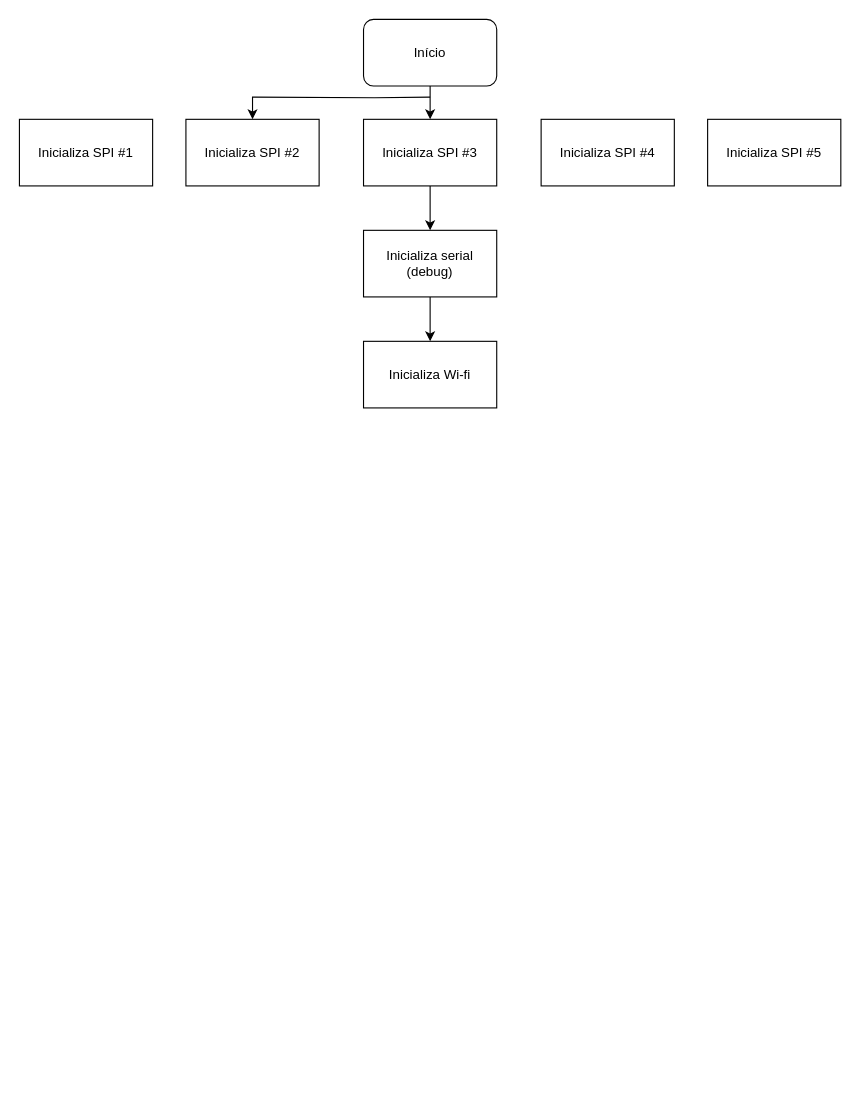
This is Diagrama sem nome.drawio from AdrianosLeal/Embarcatech, a draw.io file, before an edit. Source tidied: cells renumbered, new cells numbered last; positions are measured from the earlier drawing's top-left corner, leaving out a move shared by most shapes. Both pictures are drawn from the tidied source at 111%, with x=0, y=0 at pixel (19, 19).
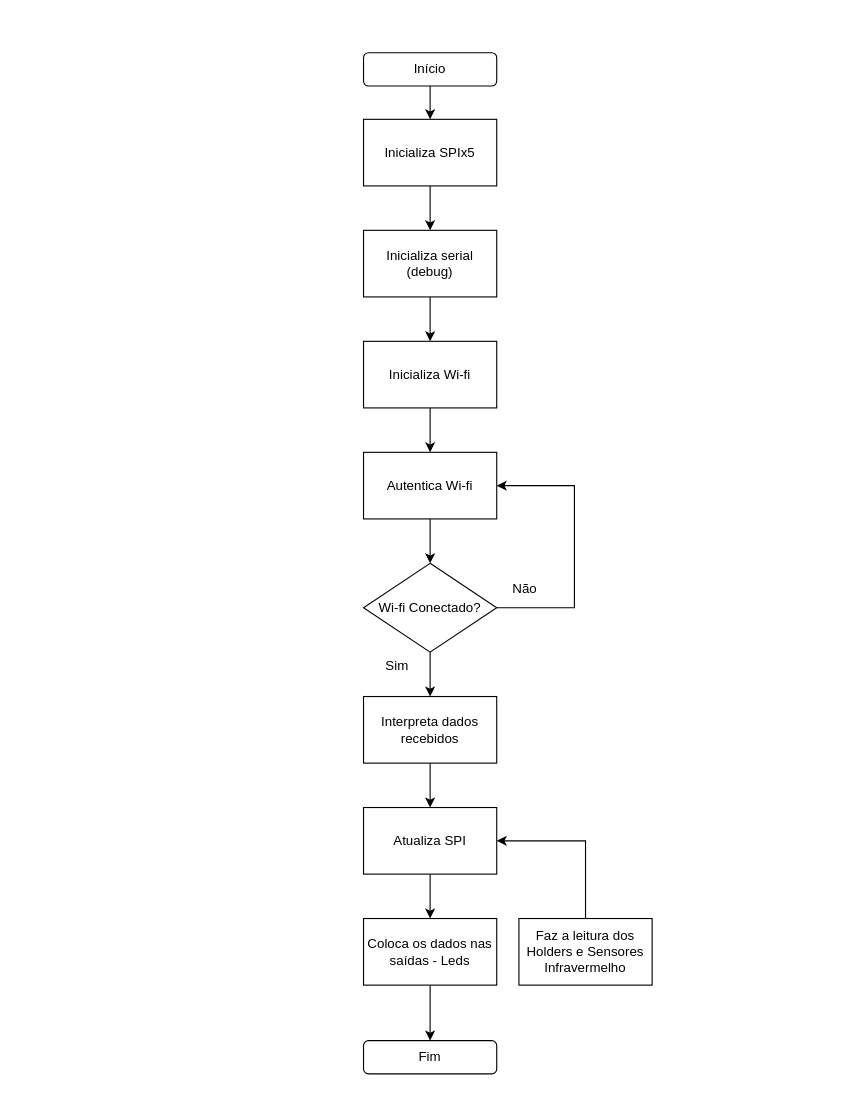
After the change.

The change refers to these unchanged cells:
```xml
<mxCell id="6" value="Inicializa Wi-fi" style="whiteSpace=wrap;html=1;rounded=0;" parent="1" vertex="1">
  <mxGeometry x="310" y="290" width="120" height="60" as="geometry" />
</mxCell>
```

Change to the diagram source:
```diff
@@
-    <mxCell id="2" style="edgeStyle=orthogonalEdgeStyle;rounded=0;jettySize=auto;html=1;exitX=0.5;exitY=1;exitDx=0;exitDy=0;entryX=0.5;entryY=0;entryDx=0;entryDy=0;" parent="1" edge="1" source="3" target="5">
-      <mxGeometry relative="1" as="geometry" />
-    </mxCell>
-    <mxCell id="3" value="Início" style="rounded=1;whiteSpace=wrap;html=1;" parent="1" vertex="1">
-      <mxGeometry x="310" width="120" height="60" as="geometry" />
+    <mxCell id="3" value="Fim" style="rounded=1;whiteSpace=wrap;html=1;" parent="1" vertex="1">
+      <mxGeometry x="310" y="920" width="120" height="30" as="geometry" />
     </mxCell>
@@
-    <mxCell id="5" value="Inicializa SPI #3" style="rounded=0;whiteSpace=wrap;html=1;" parent="1" vertex="1">
+    <mxCell id="5" value="Inicializa SPIx5" style="rounded=0;whiteSpace=wrap;html=1;" parent="1" vertex="1">
       <mxGeometry x="310" y="90" width="120" height="60" as="geometry" />
     </mxCell>
+    <mxCell id="14" style="edgeStyle=orthogonalEdgeStyle;rounded=0;jettySize=auto;html=1;exitX=0.5;exitY=1;exitDx=0;exitDy=0;entryX=0.5;entryY=0;entryDx=0;entryDy=0;" parent="1" edge="1" source="6" target="19">
+      <mxGeometry relative="1" as="geometry" />
+    </mxCell>
@@
-    <mxCell id="9" value="Inicializa SPI #4" style="rounded=0;whiteSpace=wrap;html=1;" parent="1" vertex="1">
-      <mxGeometry x="470" y="90" width="120" height="60" as="geometry" />
-    </mxCell>
-    <mxCell id="10" value="Inicializa SPI #1" style="rounded=0;whiteSpace=wrap;html=1;" parent="1" vertex="1">
-      <mxGeometry y="90" width="120" height="60" as="geometry" />
-    </mxCell>
-    <mxCell id="11" value="Inicializa SPI #5" style="rounded=0;whiteSpace=wrap;html=1;" parent="1" vertex="1">
-      <mxGeometry x="620" y="90" width="120" height="60" as="geometry" />
-    </mxCell>
-    <mxCell id="12" style="edgeStyle=orthogonalEdgeStyle;rounded=0;jettySize=auto;html=1;entryX=0.5;entryY=0;entryDx=0;entryDy=0;" parent="1" edge="1" target="13">
-      <mxGeometry relative="1" as="geometry">
-        <mxPoint x="370" y="70" as="sourcePoint" />
-      </mxGeometry>
-    </mxCell>
-    <mxCell id="13" value="Inicializa SPI #2" style="rounded=0;whiteSpace=wrap;html=1;" parent="1" vertex="1">
-      <mxGeometry x="150" y="90" width="120" height="60" as="geometry" />
-    </mxCell>
+    <mxCell id="15" style="edgeStyle=orthogonalEdgeStyle;rounded=0;jettySize=auto;html=1;exitX=1;exitY=0.5;exitDx=0;exitDy=0;entryX=1;entryY=0.5;entryDx=0;entryDy=0;" parent="1" edge="1" source="17" target="19">
+      <mxGeometry relative="1" as="geometry">
+        <Array as="points">
+          <mxPoint x="500" y="530" />
+          <mxPoint x="500" y="420" />
+        </Array>
+      </mxGeometry>
+    </mxCell>
+    <mxCell id="16" style="edgeStyle=orthogonalEdgeStyle;rounded=0;jettySize=auto;html=1;exitX=0.5;exitY=1;exitDx=0;exitDy=0;entryX=0.5;entryY=0;entryDx=0;entryDy=0;" parent="1" edge="1" source="17" target="21">
+      <mxGeometry relative="1" as="geometry" />
+    </mxCell>
+    <mxCell id="17" value="Wi-fi Conectado?" style="rhombus;whiteSpace=wrap;html=1;" parent="1" vertex="1">
+      <mxGeometry x="310" y="490" width="120" height="80" as="geometry" />
+    </mxCell>
+    <mxCell id="18" style="edgeStyle=orthogonalEdgeStyle;rounded=0;jettySize=auto;html=1;exitX=0.5;exitY=1;exitDx=0;exitDy=0;entryX=0.5;entryY=0;entryDx=0;entryDy=0;" parent="1" edge="1" source="19" target="17">
+      <mxGeometry relative="1" as="geometry" />
+    </mxCell>
+    <mxCell id="19" value="Autentica Wi-fi" style="rounded=0;whiteSpace=wrap;html=1;" parent="1" vertex="1">
+      <mxGeometry x="310" y="390" width="120" height="60" as="geometry" />
+    </mxCell>
+    <mxCell id="20" style="edgeStyle=orthogonalEdgeStyle;rounded=0;jettySize=auto;html=1;exitX=0.5;exitY=1;exitDx=0;exitDy=0;entryX=0.5;entryY=0;entryDx=0;entryDy=0;" parent="1" edge="1" source="21" target="23">
+      <mxGeometry relative="1" as="geometry" />
+    </mxCell>
+    <mxCell id="21" value="Interpreta dados recebidos" style="rounded=0;whiteSpace=wrap;html=1;" parent="1" vertex="1">
+      <mxGeometry x="310" y="610" width="120" height="60" as="geometry" />
+    </mxCell>
+    <mxCell id="22" style="edgeStyle=orthogonalEdgeStyle;rounded=0;jettySize=auto;html=1;exitX=0.5;exitY=1;exitDx=0;exitDy=0;entryX=0.5;entryY=0;entryDx=0;entryDy=0;" parent="1" edge="1" source="23" target="27">
+      <mxGeometry relative="1" as="geometry" />
+    </mxCell>
+    <mxCell id="23" value="Atualiza SPI" style="rounded=0;whiteSpace=wrap;html=1;" parent="1" vertex="1">
+      <mxGeometry x="310" y="710" width="120" height="60" as="geometry" />
+    </mxCell>
+    <mxCell id="24" value="Sim" style="text;html=1;align=center;verticalAlign=middle;strokeColor=none;fillColor=none;" parent="1" vertex="1">
+      <mxGeometry x="320" y="568" width="40" height="30" as="geometry" />
+    </mxCell>
+    <mxCell id="25" value="Não" style="text;html=1;align=center;verticalAlign=middle;strokeColor=none;fillColor=none;" parent="1" vertex="1">
+      <mxGeometry x="430" y="498" width="50" height="30" as="geometry" />
+    </mxCell>
+    <mxCell id="26" style="edgeStyle=orthogonalEdgeStyle;rounded=0;jettySize=auto;html=1;exitX=0.5;exitY=1;exitDx=0;exitDy=0;entryX=0.5;entryY=0;entryDx=0;entryDy=0;" parent="1" edge="1" source="27" target="3">
+      <mxGeometry relative="1" as="geometry" />
+    </mxCell>
+    <mxCell id="27" value="Coloca os dados nas saídas - Leds" style="rounded=0;whiteSpace=wrap;html=1;" parent="1" vertex="1">
+      <mxGeometry x="310" y="810" width="120" height="60" as="geometry" />
+    </mxCell>
+    <mxCell id="28" style="edgeStyle=orthogonalEdgeStyle;rounded=0;jettySize=auto;html=1;exitX=0.5;exitY=0;exitDx=0;exitDy=0;entryX=1;entryY=0.5;entryDx=0;entryDy=0;" parent="1" edge="1" source="29" target="23">
+      <mxGeometry relative="1" as="geometry" />
+    </mxCell>
+    <mxCell id="29" value="Faz a leitura dos Holders e Sensores Infravermelho" style="rounded=0;whiteSpace=wrap;html=1;" parent="1" vertex="1">
+      <mxGeometry x="450" y="810" width="120" height="60" as="geometry" />
+    </mxCell>
+    <mxCell id="30" style="edgeStyle=orthogonalEdgeStyle;rounded=0;jettySize=auto;html=1;exitX=0.5;exitY=1;exitDx=0;exitDy=0;entryX=0.5;entryY=0;entryDx=0;entryDy=0;" parent="1" edge="1" source="31" target="5">
+      <mxGeometry relative="1" as="geometry" />
+    </mxCell>
+    <mxCell id="31" value="Início" style="rounded=1;whiteSpace=wrap;html=1;" parent="1" vertex="1">
+      <mxGeometry x="310" y="30" width="120" height="30" as="geometry" />
+    </mxCell>
```
